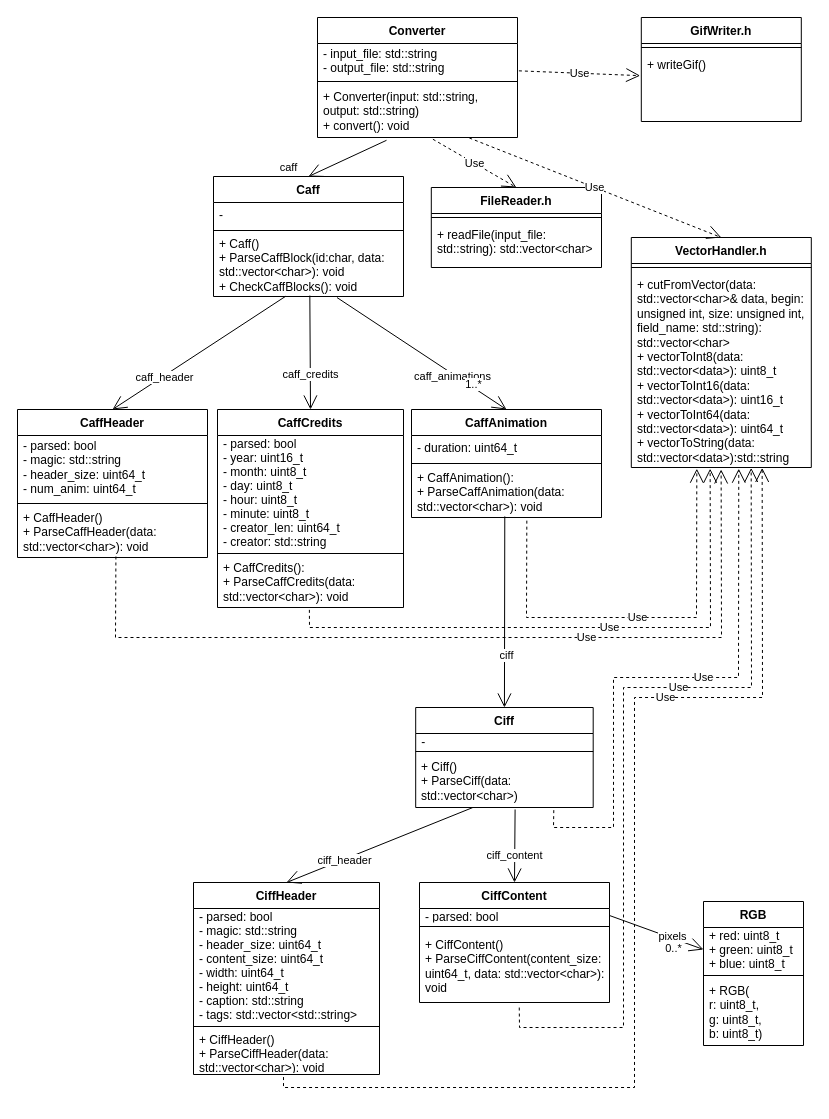
Above: backend/src/parser/docs/parser.drawio in PetoAdam/caffstore (draw.io), before the change. Source tidied: cells renumbered, new cells numbered last; positions are measured from the earlier drawing's top-left corner, leaving out a move shared by most shapes. Both pictures are drawn from the tidied source at 100%, with x=0, y=0 at pixel (17, 17).
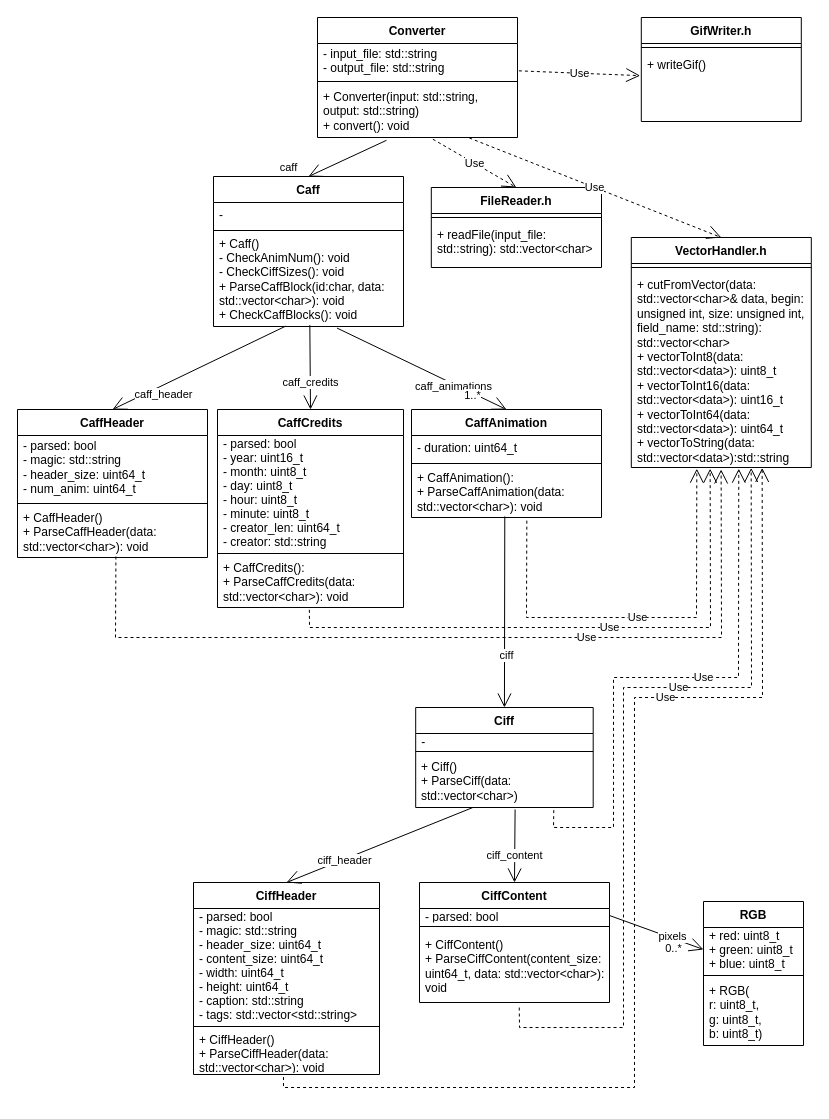
The same page after the edit.

Commit message (it also covers changes not shown here):
Checking ciff sizes and the number of caff animation blocks

Change to the diagram source:
```diff
@@
     <mxCell id="2" value="Caff" style="swimlane;fontStyle=1;align=center;verticalAlign=top;horizontal=1;startSize=26;" parent="1" vertex="1">
-      <mxGeometry x="196" y="159" width="190" height="120" as="geometry" />
+      <mxGeometry x="196" y="159" width="190" height="150" as="geometry" />
     </mxCell>
@@
-    <mxCell id="5" value="+ Caff()&#10;+ ParseCaffBlock(id:char, data: std::vector&lt;char&gt;): void&#10;+ CheckCaffBlocks(): void&#10;" style="text;strokeColor=none;fillColor=none;align=left;verticalAlign=middle;spacingLeft=4;spacingRight=4;overflow=hidden;points=[[0,0.5],[1,0.5]];portConstraint=eastwest;whiteSpace=wrap;" parent="2" vertex="1">
-      <mxGeometry y="58" width="190" height="62" as="geometry" />
+    <mxCell id="5" value="+ Caff()&#10;- CheckAnimNum(): void&#10;- CheckCiffSizes(): void&#10;+ ParseCaffBlock(id:char, data: std::vector&lt;char&gt;): void&#10;+ CheckCaffBlocks(): void&#10;" style="text;strokeColor=none;fillColor=none;align=left;verticalAlign=middle;spacingLeft=4;spacingRight=4;overflow=hidden;points=[[0,0.5],[1,0.5]];portConstraint=eastwest;whiteSpace=wrap;" parent="2" vertex="1">
+      <mxGeometry y="58" width="190" height="92" as="geometry" />
     </mxCell>
```
